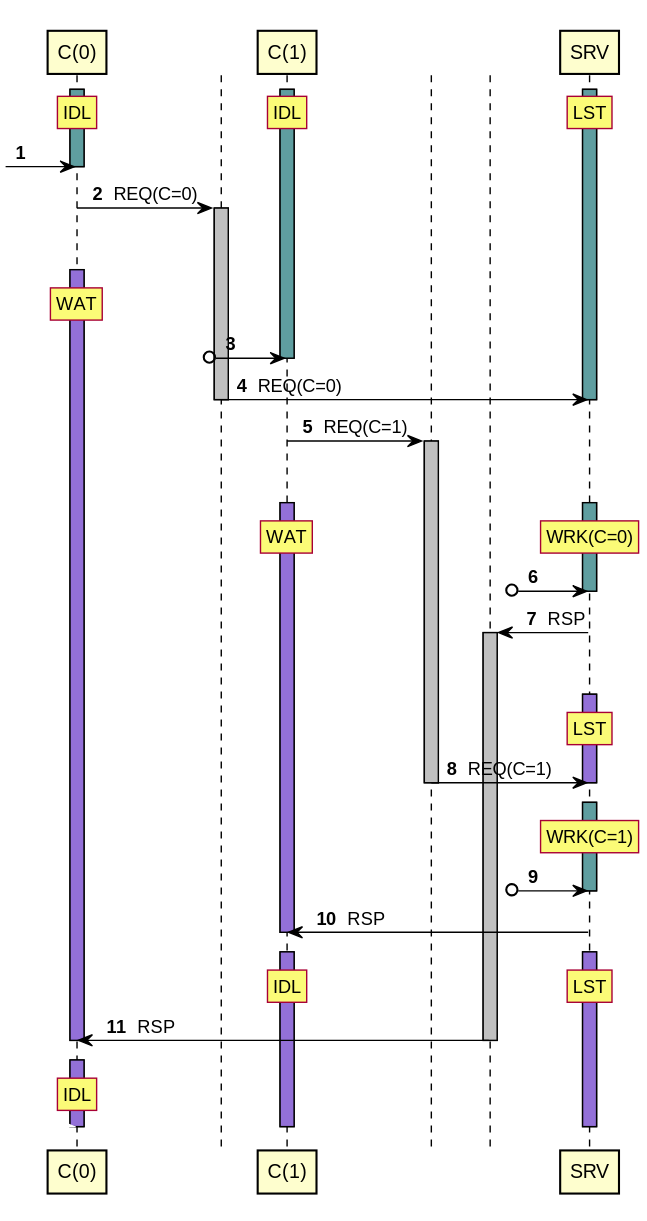
This is tests/expected/test_clients_server/sequence.svg from orenbenkiki/total-space, a PlantUML export, as it was before one commit.
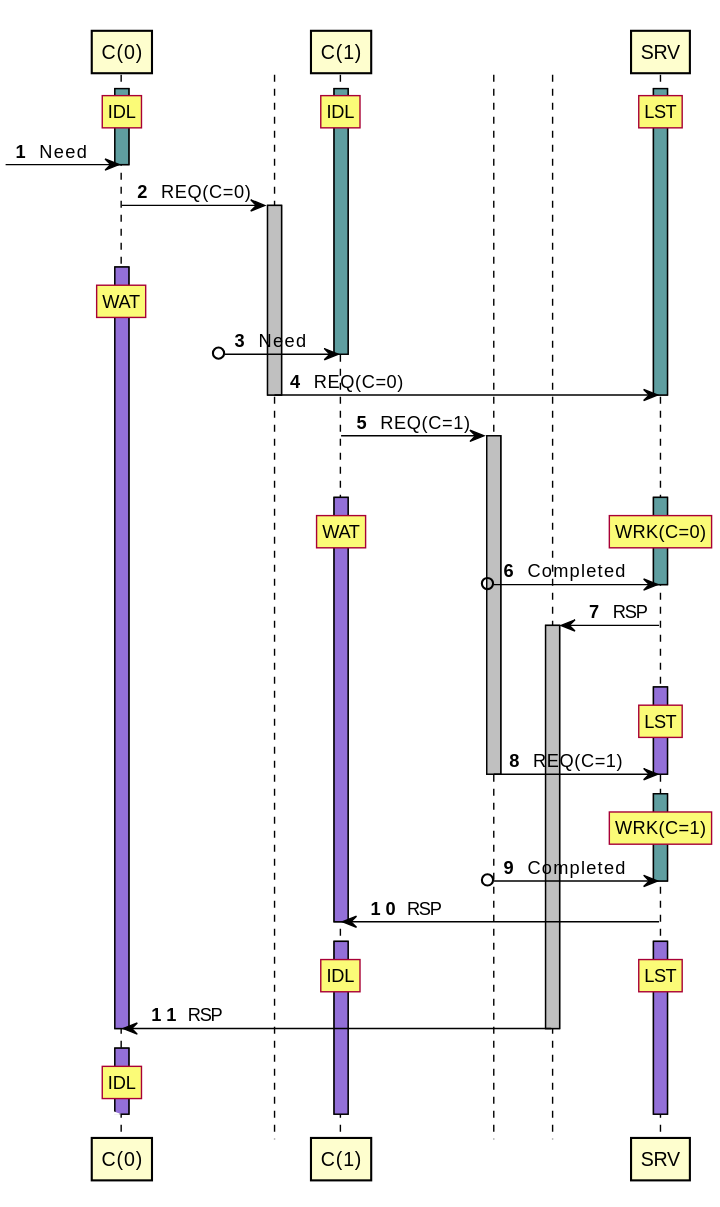
The same file after the commit.

The edit, as a diff of the source:
```diff
@@ -19,7 +19,7 @@
 rnote over A0 : IDL
 / rnote over A1 : IDL
 / rnote over A2 : LST
-?o-> A0
+?o-> A0 : Need
 deactivate A0
 control " " as T0 order 10101
 A0 -> T0 : REQ(C=0)
@@ -30,7 +30,7 @@
 autonumber resume
 activate A0 #MediumPurple
 rnote over A0 : WAT
-?o-> A1
+?o-> A1 : Need
 deactivate A1
 T0 -> A2 : REQ(C=0)
 deactivate T0
@@ -46,7 +46,7 @@
 activate A2 #CadetBlue
 rnote over A1 : WAT
 / rnote over A2 : WRK(C=0)
-?o-> A2
+?o-> A2 : Completed
 deactivate A2
 control " " as T2 order 10299
 A2 -> T2 : RSP
@@ -65,7 +65,7 @@
 autonumber resume
 activate A2 #CadetBlue
 rnote over A2 : WRK(C=1)
-?o-> A2
+?o-> A2 : Completed
 deactivate A2
 A2 -> A1 : RSP
 deactivate A2
```
